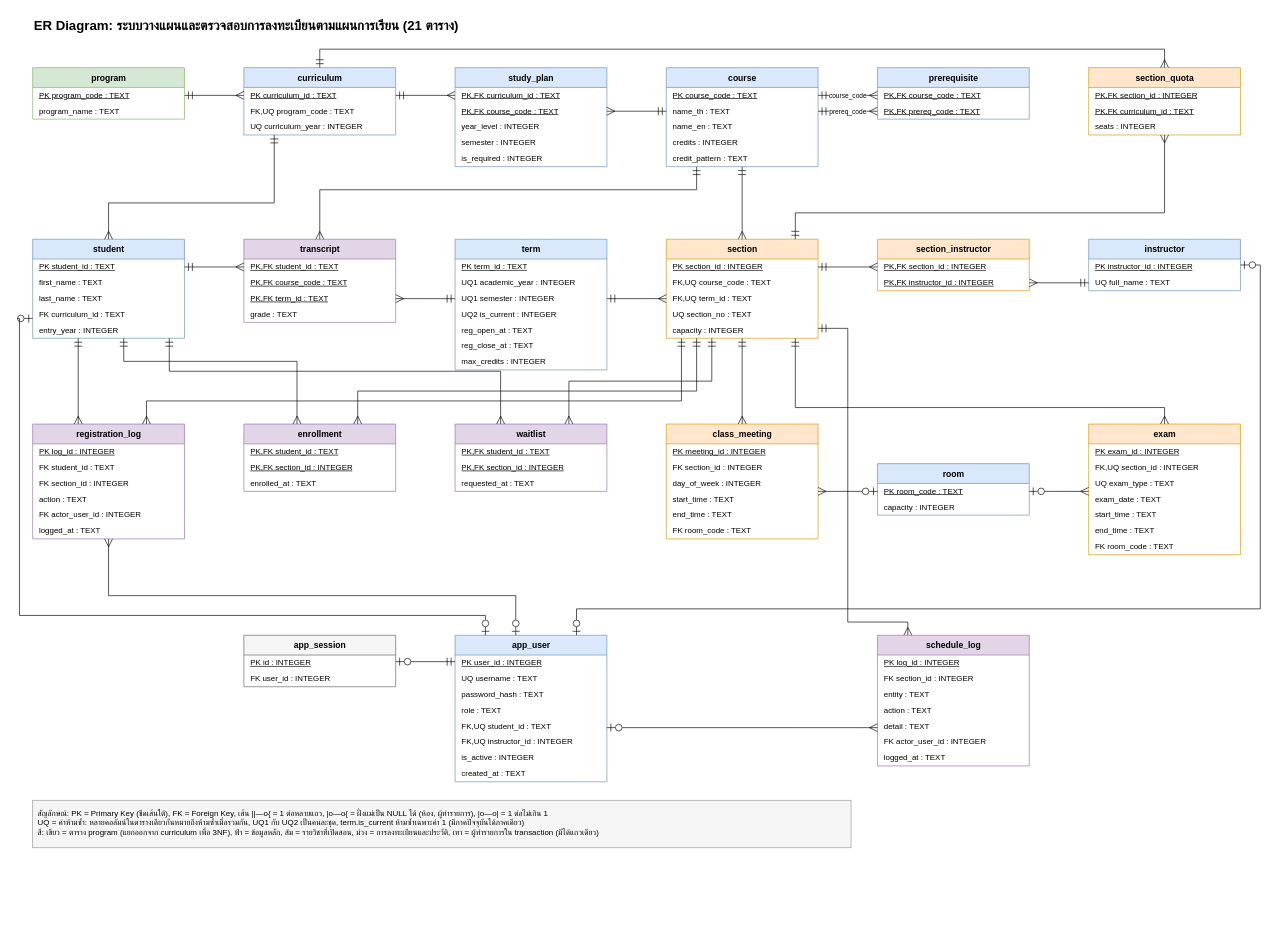
Above: Diagrams/registration-er.drawio in winxtxrgit/db-mini-project-registration (draw.io), before the change. Source tidied: cells renumbered, new cells numbered last; positions are measured from the earlier drawing's top-left corner, leaving out a move shared by most shapes. Both pictures are drawn from the tidied source at 66%, with x=0, y=0 at pixel (19, 11).
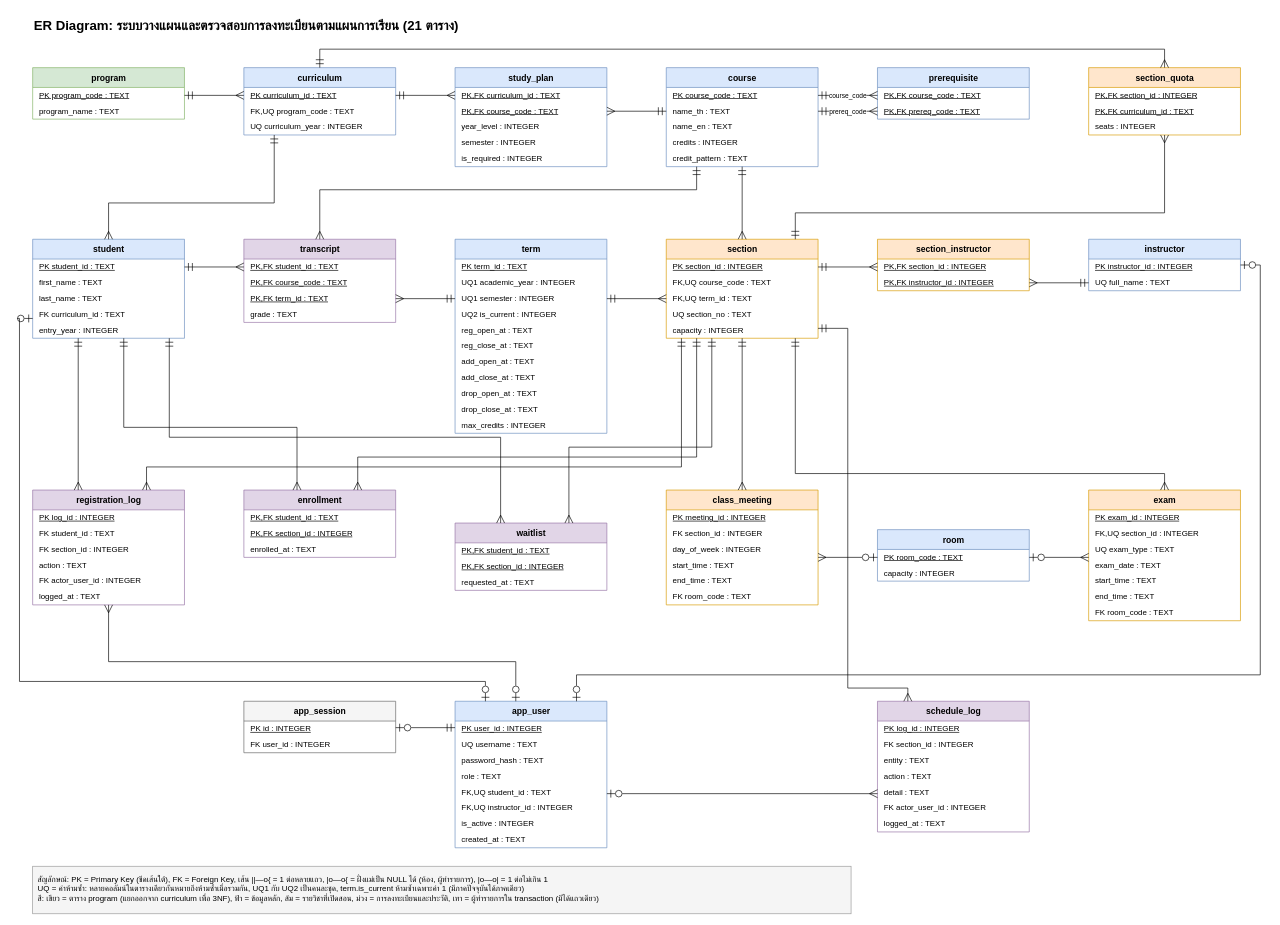
The same page after the edit.

The change refers to these unchanged cells:
```xml
<mxCell id="29" value="student" style="swimlane;fontStyle=1;horizontal=1;startSize=30;html=1;fillColor=#dae8fc;strokeColor=#6c8ebf;fontSize=13;" parent="1" vertex="1">
  <mxGeometry x="20" y="345" width="230" height="150" as="geometry" />
</mxCell>
<mxCell id="35" value="transcript" style="swimlane;fontStyle=1;horizontal=1;startSize=30;html=1;fillColor=#e1d5e7;strokeColor=#9673a6;fontSize=13;" parent="1" vertex="1">
  <mxGeometry x="340" y="345" width="230" height="126" as="geometry" />
</mxCell>
<mxCell id="45" value="section" style="swimlane;fontStyle=1;horizontal=1;startSize=30;html=1;fillColor=#ffe6cc;strokeColor=#d79b00;fontSize=13;" parent="1" vertex="1">
  <mxGeometry x="980" y="345" width="230" height="150" as="geometry" />
</mxCell>
<mxCell id="54" value="instructor" style="swimlane;fontStyle=1;horizontal=1;startSize=30;html=1;fillColor=#dae8fc;strokeColor=#6c8ebf;fontSize=13;" parent="1" vertex="1">
  <mxGeometry x="1620" y="345" width="230" height="78" as="geometry" />
</mxCell>
```

What changed in the source:
```diff
@@
     <mxCell id="40" value="term" style="swimlane;fontStyle=1;horizontal=1;startSize=30;html=1;fillColor=#dae8fc;strokeColor=#6c8ebf;fontSize=13;" parent="1" vertex="1">
-      <mxGeometry x="660" y="345" width="230" height="198" as="geometry" />
+      <mxGeometry x="660" y="345" width="230" height="294" as="geometry" />
     </mxCell>
@@
     <mxCell id="57" value="registration_log" style="swimlane;fontStyle=1;horizontal=1;startSize=30;html=1;fillColor=#e1d5e7;strokeColor=#9673a6;fontSize=13;" parent="1" vertex="1">
-      <mxGeometry x="20" y="625" width="230" height="174" as="geometry" />
+      <mxGeometry x="20" y="725" width="230" height="174" as="geometry" />
     </mxCell>
@@
     <mxCell id="64" value="enrollment" style="swimlane;fontStyle=1;horizontal=1;startSize=30;html=1;fillColor=#e1d5e7;strokeColor=#9673a6;fontSize=13;" parent="1" vertex="1">
-      <mxGeometry x="340" y="625" width="230" height="102" as="geometry" />
+      <mxGeometry x="340" y="725" width="230" height="102" as="geometry" />
     </mxCell>
@@
     <mxCell id="68" value="waitlist" style="swimlane;fontStyle=1;horizontal=1;startSize=30;html=1;fillColor=#e1d5e7;strokeColor=#9673a6;fontSize=13;" parent="1" vertex="1">
-      <mxGeometry x="660" y="625" width="230" height="102" as="geometry" />
+      <mxGeometry x="660" y="775" width="230" height="102" as="geometry" />
     </mxCell>
@@
     <mxCell id="72" value="class_meeting" style="swimlane;fontStyle=1;horizontal=1;startSize=30;html=1;fillColor=#ffe6cc;strokeColor=#d79b00;fontSize=13;" parent="1" vertex="1">
-      <mxGeometry x="980" y="625" width="230" height="174" as="geometry" />
+      <mxGeometry x="980" y="725" width="230" height="174" as="geometry" />
     </mxCell>
@@
     <mxCell id="79" value="room" style="swimlane;fontStyle=1;horizontal=1;startSize=30;html=1;fillColor=#dae8fc;strokeColor=#6c8ebf;fontSize=13;" parent="1" vertex="1">
-      <mxGeometry x="1300" y="685" width="230" height="78" as="geometry" />
+      <mxGeometry x="1300" y="785" width="230" height="78" as="geometry" />
     </mxCell>
@@
     <mxCell id="82" value="exam" style="swimlane;fontStyle=1;horizontal=1;startSize=30;html=1;fillColor=#ffe6cc;strokeColor=#d79b00;fontSize=13;" parent="1" vertex="1">
-      <mxGeometry x="1620" y="625" width="230" height="198" as="geometry" />
+      <mxGeometry x="1620" y="725" width="230" height="198" as="geometry" />
     </mxCell>
@@
-    <mxCell id="101" style="edgeStyle=none;rounded=0;html=1;endArrow=ERmany;startArrow=ERmandOne;endFill=0;startFill=0;endSize=10;startSize=10;fontSize=10;labelBackgroundColor=#ffffff;exitX=0.0000;exitY=0.4546;exitDx=0;exitDy=0;exitPerimeter=0;entryX=1.0000;entryY=0.7143;entryDx=0;entryDy=0;entryPerimeter=0;" parent="1" edge="1" source="40" target="35">
+    <mxCell id="101" style="edgeStyle=none;rounded=0;html=1;endArrow=ERmany;startArrow=ERmandOne;endFill=0;startFill=0;endSize=10;startSize=10;fontSize=10;labelBackgroundColor=#ffffff;exitX=0.0000;exitY=0.3061;exitDx=0;exitDy=0;exitPerimeter=0;entryX=1.0000;entryY=0.7143;entryDx=0;entryDy=0;entryPerimeter=0;" parent="1" edge="1" source="40" target="35">
       <mxGeometry relative="1" as="geometry" />
     </mxCell>
-    <mxCell id="102" style="edgeStyle=none;rounded=0;html=1;endArrow=ERmany;startArrow=ERmandOne;endFill=0;startFill=0;endSize=10;startSize=10;fontSize=10;labelBackgroundColor=#ffffff;exitX=1.0000;exitY=0.4546;exitDx=0;exitDy=0;exitPerimeter=0;entryX=0.0000;entryY=0.6000;entryDx=0;entryDy=0;entryPerimeter=0;" parent="1" edge="1" source="40" target="45">
+    <mxCell id="102" style="edgeStyle=none;rounded=0;html=1;endArrow=ERmany;startArrow=ERmandOne;endFill=0;startFill=0;endSize=10;startSize=10;fontSize=10;labelBackgroundColor=#ffffff;exitX=1.0000;exitY=0.3061;exitDx=0;exitDy=0;exitPerimeter=0;entryX=0.0000;entryY=0.6000;entryDx=0;entryDy=0;entryPerimeter=0;" parent="1" edge="1" source="40" target="45">
       <mxGeometry relative="1" as="geometry" />
     </mxCell>
@@
     <mxCell id="106" style="edgeStyle=none;rounded=0;html=1;endArrow=ERmany;startArrow=ERmandOne;endFill=0;startFill=0;endSize=10;startSize=10;fontSize=10;labelBackgroundColor=#ffffff;exitX=0.8500;exitY=1.0000;exitDx=0;exitDy=0;exitPerimeter=0;entryX=0.5000;entryY=0.0000;entryDx=0;entryDy=0;entryPerimeter=0;" parent="1" edge="1" source="45" target="82">
       <mxGeometry relative="1" as="geometry">
         <Array as="points">
-          <mxPoint x="1175.5" y="600" />
-          <mxPoint x="1735" y="600" />
+          <mxPoint x="1175.5" y="700" />
+          <mxPoint x="1735" y="700" />
         </Array>
       </mxGeometry>
     </mxCell>
@@
     <mxCell id="110" style="edgeStyle=none;rounded=0;html=1;endArrow=ERmany;startArrow=ERmandOne;endFill=0;startFill=0;endSize=10;startSize=10;fontSize=10;labelBackgroundColor=#ffffff;exitX=0.6000;exitY=1.0000;exitDx=0;exitDy=0;exitPerimeter=0;entryX=0.3500;entryY=0.0000;entryDx=0;entryDy=0;entryPerimeter=0;" parent="1" edge="1" source="29" target="64">
       <mxGeometry relative="1" as="geometry">
         <Array as="points">
-          <mxPoint x="158" y="530" />
-          <mxPoint x="420.5" y="530" />
+          <mxPoint x="158" y="630" />
+          <mxPoint x="420.5" y="630" />
         </Array>
       </mxGeometry>
     </mxCell>
     <mxCell id="111" style="edgeStyle=none;rounded=0;html=1;endArrow=ERmany;startArrow=ERmandOne;endFill=0;startFill=0;endSize=10;startSize=10;fontSize=10;labelBackgroundColor=#ffffff;exitX=0.9000;exitY=1.0000;exitDx=0;exitDy=0;exitPerimeter=0;entryX=0.3000;entryY=0.0000;entryDx=0;entryDy=0;entryPerimeter=0;" parent="1" edge="1" source="29" target="68">
       <mxGeometry relative="1" as="geometry">
         <Array as="points">
-          <mxPoint x="227" y="545" />
-          <mxPoint x="729" y="545" />
+          <mxPoint x="227" y="645" />
+          <mxPoint x="729" y="645" />
         </Array>
       </mxGeometry>
     </mxCell>
     <mxCell id="112" style="edgeStyle=none;rounded=0;html=1;endArrow=ERmany;startArrow=ERmandOne;endFill=0;startFill=0;endSize=10;startSize=10;fontSize=10;labelBackgroundColor=#ffffff;exitX=0.3000;exitY=1.0000;exitDx=0;exitDy=0;exitPerimeter=0;entryX=0.7500;entryY=0.0000;entryDx=0;entryDy=0;entryPerimeter=0;" parent="1" edge="1" source="45" target="68">
       <mxGeometry relative="1" as="geometry">
         <Array as="points">
-          <mxPoint x="1049" y="560" />
-          <mxPoint x="832.5" y="560" />
+          <mxPoint x="1049" y="660" />
+          <mxPoint x="832.5" y="660" />
         </Array>
       </mxGeometry>
     </mxCell>
     <mxCell id="113" style="edgeStyle=none;rounded=0;html=1;endArrow=ERmany;startArrow=ERmandOne;endFill=0;startFill=0;endSize=10;startSize=10;fontSize=10;labelBackgroundColor=#ffffff;exitX=0.2000;exitY=1.0000;exitDx=0;exitDy=0;exitPerimeter=0;entryX=0.7500;entryY=0.0000;entryDx=0;entryDy=0;entryPerimeter=0;" parent="1" edge="1" source="45" target="64">
       <mxGeometry relative="1" as="geometry">
         <Array as="points">
-          <mxPoint x="1026" y="575" />
-          <mxPoint x="512.5" y="575" />
+          <mxPoint x="1026" y="675" />
+          <mxPoint x="512.5" y="675" />
         </Array>
       </mxGeometry>
     </mxCell>
     <mxCell id="114" style="edgeStyle=none;rounded=0;html=1;endArrow=ERmany;startArrow=ERmandOne;endFill=0;startFill=0;endSize=10;startSize=10;fontSize=10;labelBackgroundColor=#ffffff;exitX=0.1000;exitY=1.0000;exitDx=0;exitDy=0;exitPerimeter=0;entryX=0.7500;entryY=0.0000;entryDx=0;entryDy=0;entryPerimeter=0;" parent="1" edge="1" source="45" target="57">
       <mxGeometry relative="1" as="geometry">
         <Array as="points">
-          <mxPoint x="1003" y="590" />
-          <mxPoint x="192.5" y="590" />
+          <mxPoint x="1003" y="690" />
+          <mxPoint x="192.5" y="690" />
         </Array>
       </mxGeometry>
     </mxCell>
     <mxCell id="115" value="สัญลักษณ์: PK = Primary Key (ขีดเส้นใต้), FK = Foreign Key, เส้น ||—o{ = 1 ต่อหลายแถว, |o—o{ = ฝั่งแม่เป็น NULL ได้ (ห้อง, ผู้ทำรายการ), |o—o| = 1 ต่อไม่เกิน 1&lt;br&gt;UQ = ค่าห้ามซ้ำ: หลายคอลัมน์ในตารางเดียวกันหมายถึงห้ามซ้ำเมื่อรวมกัน, UQ1 กับ UQ2 เป็นคนละชุด, term.is_current ห้ามซ้ำเฉพาะค่า 1 (มีภาคปัจจุบันได้ภาคเดียว)&lt;br&gt;สี: เขียว = ตาราง program (แยกออกจาก curriculum เพื่อ 3NF), ฟ้า = ข้อมูลหลัก, ส้ม = รายวิชาที่เปิดสอน, ม่วง = การลงทะเบียนและประวัติ, เทา = ผู้ทำรายการใน transaction (มีได้แถวเดียว)" style="text;html=1;fontSize=12;align=left;verticalAlign=top;whiteSpace=wrap;strokeColor=#999999;fillColor=#f5f5f5;spacing=8;" parent="1" vertex="1">
-      <mxGeometry x="20" y="1195" width="1240" height="72" as="geometry" />
+      <mxGeometry x="20" y="1295" width="1240" height="72" as="geometry" />
     </mxCell>
@@
+    <mxCell id="145" value="add_open_at : TEXT" style="text;strokeColor=none;fillColor=none;align=left;verticalAlign=middle;spacingLeft=8;spacingRight=4;overflow=hidden;fontStyle=0;fontSize=12;html=1;" parent="40" vertex="1">
+      <mxGeometry y="174" width="230" height="24" as="geometry" />
+    </mxCell>
+    <mxCell id="146" value="add_close_at : TEXT" style="text;strokeColor=none;fillColor=none;align=left;verticalAlign=middle;spacingLeft=8;spacingRight=4;overflow=hidden;fontStyle=0;fontSize=12;html=1;" parent="40" vertex="1">
+      <mxGeometry y="198" width="230" height="24" as="geometry" />
+    </mxCell>
+    <mxCell id="147" value="drop_open_at : TEXT" style="text;strokeColor=none;fillColor=none;align=left;verticalAlign=middle;spacingLeft=8;spacingRight=4;overflow=hidden;fontStyle=0;fontSize=12;html=1;" parent="40" vertex="1">
+      <mxGeometry y="222" width="230" height="24" as="geometry" />
+    </mxCell>
+    <mxCell id="148" value="drop_close_at : TEXT" style="text;strokeColor=none;fillColor=none;align=left;verticalAlign=middle;spacingLeft=8;spacingRight=4;overflow=hidden;fontStyle=0;fontSize=12;html=1;" parent="40" vertex="1">
+      <mxGeometry y="246" width="230" height="24" as="geometry" />
+    </mxCell>
     <mxCell id="118" value="max_credits : INTEGER" style="text;strokeColor=none;fillColor=none;align=left;verticalAlign=middle;spacingLeft=8;spacingRight=4;overflow=hidden;fontStyle=0;fontSize=12;html=1;" parent="40" vertex="1">
-      <mxGeometry y="174" width="230" height="24" as="geometry" />
+      <mxGeometry y="270" width="230" height="24" as="geometry" />
     </mxCell>
     <mxCell id="119" value="app_session" style="swimlane;fontStyle=1;horizontal=1;startSize=30;html=1;fillColor=#f5f5f5;strokeColor=#666666;fontSize=13;" parent="1" vertex="1">
-      <mxGeometry x="340" y="945" width="230" height="78" as="geometry" />
+      <mxGeometry x="340" y="1045" width="230" height="78" as="geometry" />
     </mxCell>
@@
     <mxCell id="122" value="app_user" style="swimlane;fontStyle=1;horizontal=1;startSize=30;html=1;fillColor=#dae8fc;strokeColor=#6c8ebf;fontSize=13;" parent="1" vertex="1">
-      <mxGeometry x="660" y="945" width="230" height="222" as="geometry" />
+      <mxGeometry x="660" y="1045" width="230" height="222" as="geometry" />
     </mxCell>
@@
     <mxCell id="131" value="schedule_log" style="swimlane;fontStyle=1;horizontal=1;startSize=30;html=1;fillColor=#e1d5e7;strokeColor=#9673a6;fontSize=13;" parent="1" vertex="1">
-      <mxGeometry x="1300" y="945" width="230" height="198" as="geometry" />
+      <mxGeometry x="1300" y="1045" width="230" height="198" as="geometry" />
     </mxCell>
@@
     <mxCell id="139" style="edgeStyle=none;rounded=0;html=1;endArrow=ERzeroToOne;startArrow=ERzeroToOne;endFill=0;startFill=0;endSize=10;startSize=10;fontSize=10;labelBackgroundColor=#ffffff;exitX=0.0000;exitY=0.8000;exitDx=0;exitDy=0;exitPerimeter=0;entryX=0.2000;entryY=0.0000;entryDx=0;entryDy=0;entryPerimeter=0;" parent="1" edge="1" source="29" target="122">
       <mxGeometry relative="1" as="geometry">
         <Array as="points">
           <mxPoint y="465" />
-          <mxPoint y="915" />
-          <mxPoint x="706" y="915" />
+          <mxPoint y="1015" />
+          <mxPoint x="706" y="1015" />
         </Array>
       </mxGeometry>
     </mxCell>
     <mxCell id="140" style="edgeStyle=none;rounded=0;html=1;endArrow=ERmany;startArrow=ERzeroToOne;endFill=0;startFill=0;endSize=10;startSize=10;fontSize=10;labelBackgroundColor=#ffffff;exitX=0.4000;exitY=0.0000;exitDx=0;exitDy=0;exitPerimeter=0;entryX=0.5000;entryY=1.0000;entryDx=0;entryDy=0;entryPerimeter=0;" parent="1" edge="1" source="122" target="57">
       <mxGeometry relative="1" as="geometry">
         <Array as="points">
-          <mxPoint x="752" y="885" />
-          <mxPoint x="135" y="885" />
+          <mxPoint x="752" y="985" />
+          <mxPoint x="135" y="985" />
         </Array>
       </mxGeometry>
     </mxCell>
     <mxCell id="141" style="edgeStyle=none;rounded=0;html=1;endArrow=ERzeroToOne;startArrow=ERzeroToOne;endFill=0;startFill=0;endSize=10;startSize=10;fontSize=10;labelBackgroundColor=#ffffff;exitX=1.0000;exitY=0.5000;exitDx=0;exitDy=0;exitPerimeter=0;entryX=0.8000;entryY=0.0000;entryDx=0;entryDy=0;entryPerimeter=0;" parent="1" edge="1" source="54" target="122">
       <mxGeometry relative="1" as="geometry">
         <Array as="points">
           <mxPoint x="1880" y="384" />
-          <mxPoint x="1880" y="905" />
-          <mxPoint x="844" y="905" />
+          <mxPoint x="1880" y="1005" />
+          <mxPoint x="844" y="1005" />
         </Array>
       </mxGeometry>
     </mxCell>
@@
     <mxCell id="144" style="edgeStyle=none;rounded=0;html=1;endArrow=ERmany;startArrow=ERmandOne;endFill=0;startFill=0;endSize=10;startSize=10;fontSize=10;labelBackgroundColor=#ffffff;exitX=1.0000;exitY=0.9000;exitDx=0;exitDy=0;exitPerimeter=0;entryX=0.2000;entryY=0.0000;entryDx=0;entryDy=0;entryPerimeter=0;" parent="1" edge="1" source="45" target="131">
       <mxGeometry relative="1" as="geometry">
         <Array as="points">
           <mxPoint x="1255" y="480" />
-          <mxPoint x="1255" y="925" />
-          <mxPoint x="1346" y="925" />
+          <mxPoint x="1255" y="1025" />
+          <mxPoint x="1346" y="1025" />
         </Array>
       </mxGeometry>
     </mxCell>
```
